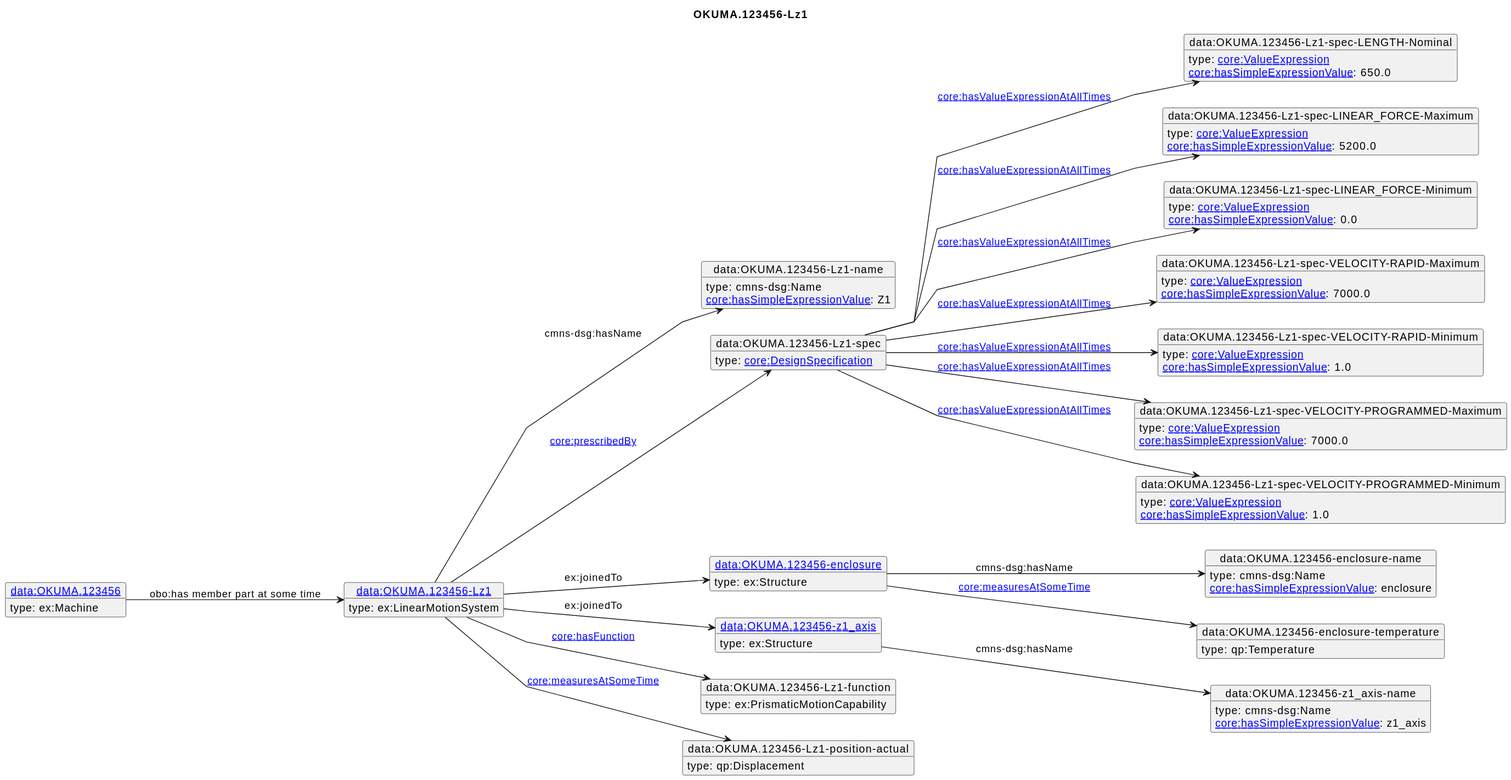
iofoundry/example-syseng-mtconnect keeps this PlantUML diagram as diagrams/OKUMA.123456-Lz1.svg. Above is the earlier version.
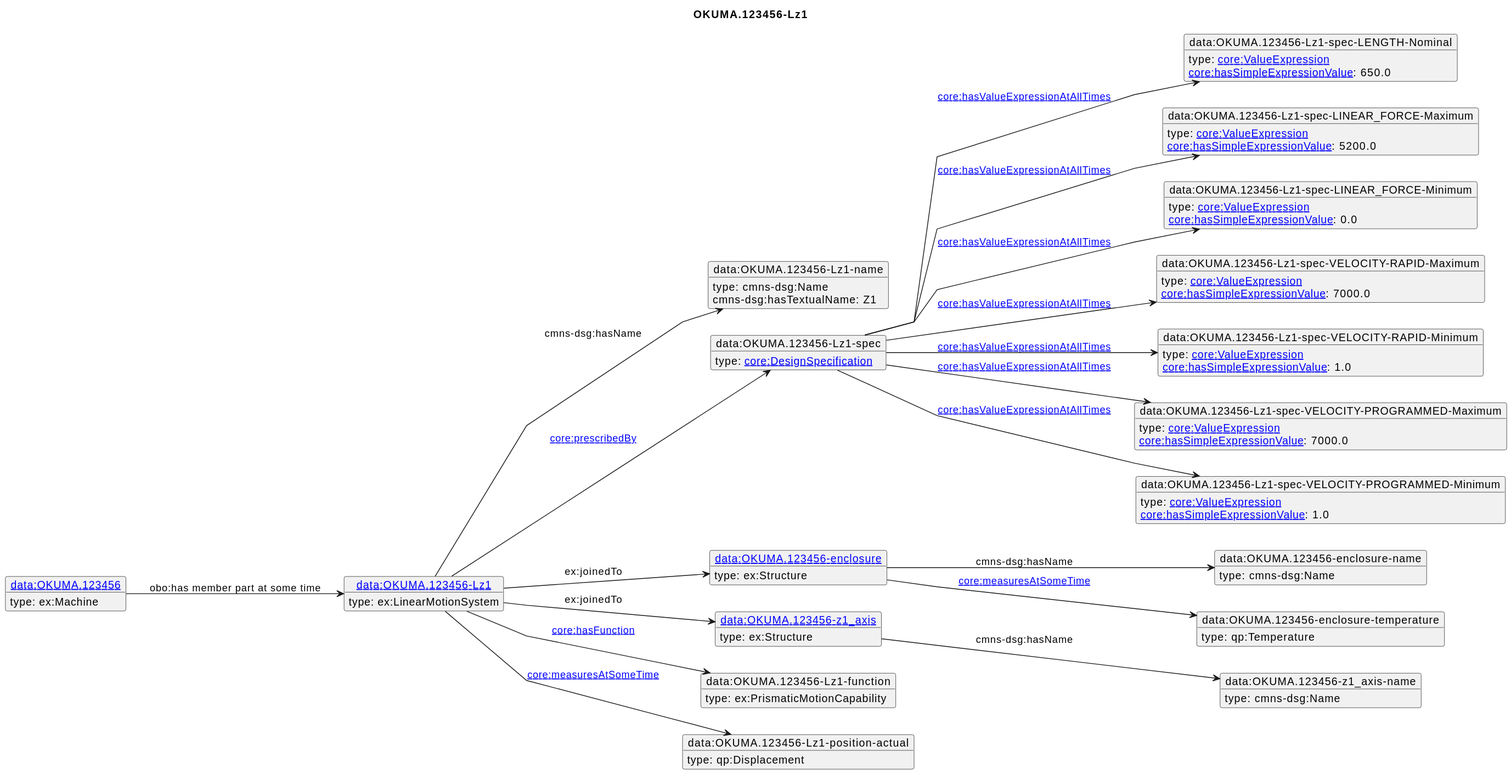
After the change.

What changed in the source:
```diff
@@ -57,7 +57,7 @@
  type: ex:Machine
 }
 o1 --> o2 : cmns-dsg:hasName
-o2 : [[https://spec.industrialontologies.org/ontology/core/Core/hasSimpleExpressionValue core:hasSimpleExpressionValue]]: Z1
+o2 : cmns-dsg:hasTextualName: Z1
 o1 --> o3 : [[https://spec.industrialontologies.org/ontology/core/Core/prescribedBy core:prescribedBy]]
 o3 --> o4 : [[https://spec.industrialontologies.org/ontology/core/Core/hasValueExpressionAtAllTimes core:hasValueExpressionAtAllTimes]]
 o4 : [[https://spec.industrialontologies.org/ontology/core/Core/hasSimpleExpressionValue core:hasSimpleExpressionValue]]: 650.0
@@ -75,11 +75,9 @@
 o10 : [[https://spec.industrialontologies.org/ontology/core/Core/hasSimpleExpressionValue core:hasSimpleExpressionValue]]: 1.0
 o1 --> o11 : ex:joinedTo
 o11 --> o12 : cmns-dsg:hasName
-o12 : [[https://spec.industrialontologies.org/ontology/core/Core/hasSimpleExpressionValue core:hasSimpleExpressionValue]]: enclosure
 o11 --> o13 : [[https://spec.industrialontologies.org/ontology/core/Core/measuresAtSomeTime core:measuresAtSomeTime]]
 o1 --> o14 : ex:joinedTo
 o14 --> o15 : cmns-dsg:hasName
-o15 : [[https://spec.industrialontologies.org/ontology/core/Core/hasSimpleExpressionValue core:hasSimpleExpressionValue]]: z1_axis
 o1 --> o16 : [[https://spec.industrialontologies.org/ontology/core/Core/hasFunction core:hasFunction]]
 o1 --> o17 : [[https://spec.industrialontologies.org/ontology/core/Core/measuresAtSomeTime core:measuresAtSomeTime]]
 o18 --> o1 : obo:has member part at some time
```
